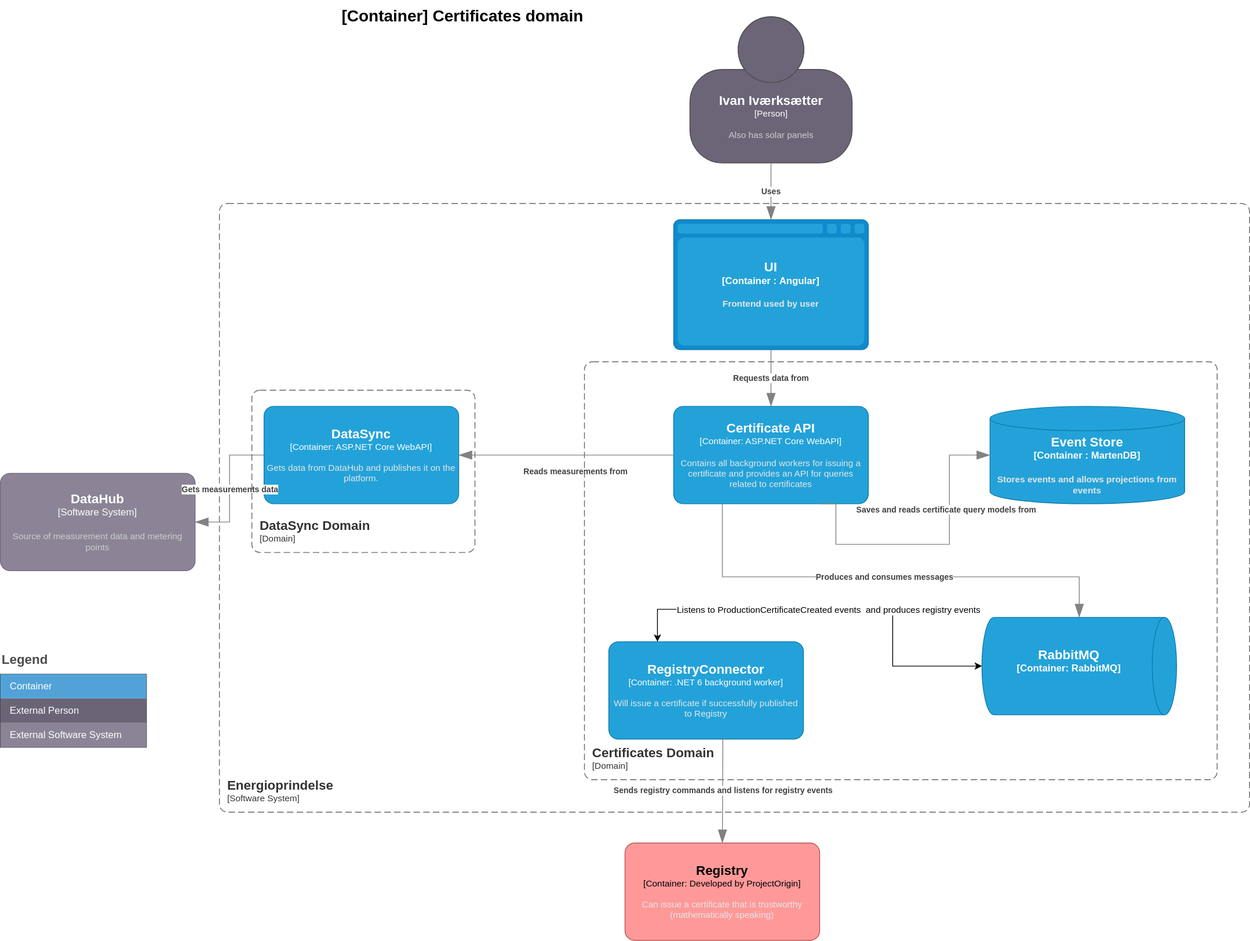
This is doc/architecture/diagrams/certificates.current.container.drawio.svg from Energinet-DataHub/energy-origin, a draw.io export, as it was before one commit. Source tidied: cells renumbered, new cells last; positions are measured from the earlier drawing's top-left corner, leaving out a move shared by most shapes.
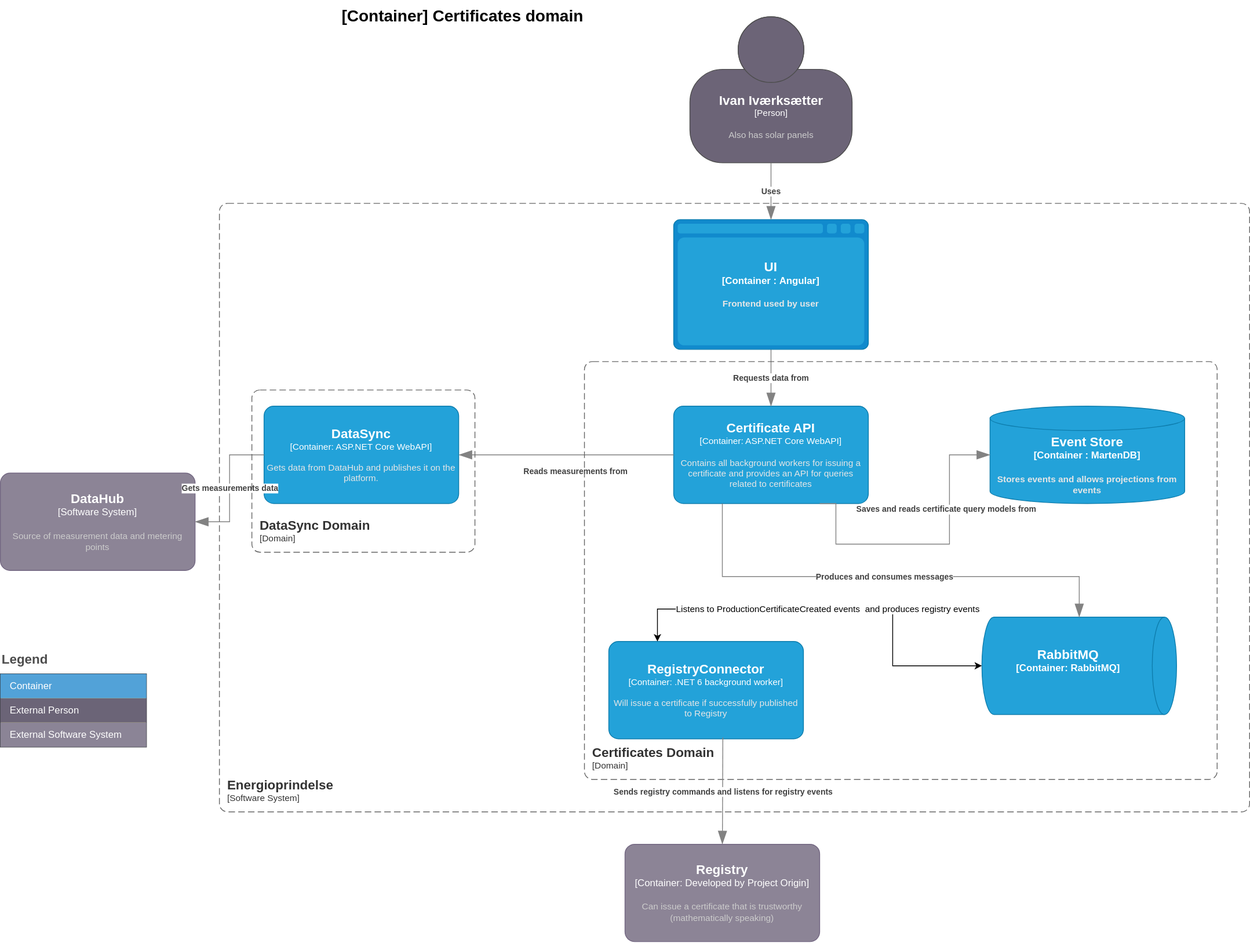
Above is the later version.

Commit message:
changed color of registry

What changed in the source:
```diff
@@ -121,15 +121,10 @@
       </mxCell>
     </object>
     <object id="25" label="&lt;div style=&quot;text-align: left&quot;&gt;&lt;div style=&quot;text-align: center&quot;&gt;&lt;b&gt;%c4Description%&lt;/b&gt;&lt;/div&gt;" c4Description="Sends registry commands and listens for registry events" c4Type="Relationship" placeholders="1">
-      <mxCell style="endArrow=blockThin;html=1;fontSize=10;fontColor=#404040;strokeWidth=1;endFill=1;strokeColor=#828282;elbow=vertical;endSize=14;startSize=14;jumpStyle=arc;jumpSize=16;rounded=0;edgeStyle=orthogonalEdgeStyle;exitX=0.586;exitY=0.987;exitDx=0;exitDy=0;exitPerimeter=0;entryX=0.5;entryY=0;entryDx=0;entryDy=0;entryPerimeter=0;" parent="1" edge="1" source="24" target="26">
+      <mxCell style="endArrow=blockThin;html=1;fontSize=10;fontColor=#404040;strokeWidth=1;endFill=1;strokeColor=#828282;elbow=vertical;endSize=14;startSize=14;jumpStyle=arc;jumpSize=16;rounded=0;edgeStyle=orthogonalEdgeStyle;exitX=0.586;exitY=0.987;exitDx=0;exitDy=0;exitPerimeter=0;entryX=0.5;entryY=0;entryDx=0;entryDy=0;entryPerimeter=0;" parent="1" edge="1" source="24" target="29">
         <mxGeometry relative="1" as="geometry" />
       </mxCell>
     </object>
-    <object id="26" label="&lt;font style=&quot;font-size: 16px&quot;&gt;&lt;b&gt;%c4Name%&lt;/b&gt;&lt;/font&gt;&lt;div&gt;[%c4Type%: %c4Technology%]&lt;/div&gt;&lt;br&gt;&lt;div&gt;&lt;font style=&quot;font-size: 11px&quot;&gt;&lt;font color=&quot;#E6E6E6&quot;&gt;%c4Description%&lt;/font&gt;&lt;/div&gt;" c4Description="Can issue a certificate that is trustworthy (mathematically speaking)" c4Name="Registry" c4Technology="Developed by ProjectOrigin" c4Type="Container" placeholders="1">
-      <mxCell style="rounded=1;whiteSpace=wrap;html=1;fontSize=11;labelBackgroundColor=none;fillColor=#FF9999;align=center;arcSize=10;strokeColor=#b85450;points=[[0.25,0,0],[0.5,0,0],[0.75,0,0],[1,0.25,0],[1,0.5,0],[1,0.75,0],[0.75,1,0],[0.5,1,0],[0.25,1,0],[0,0.75,0],[0,0.5,0],[0,0.25,0]];" parent="1" vertex="1">
-        <mxGeometry x="770" y="1038" width="240" height="120" as="geometry" />
-      </mxCell>
-    </object>
     <mxCell id="27" style="endArrow=classic;startArrow=classic;html=1;rounded=0;exitX=0.25;exitY=0;exitDx=0;exitDy=0;exitPerimeter=0;entryX=0.5;entryY=1;entryDx=0;entryDy=0;entryPerimeter=0;edgeStyle=orthogonalEdgeStyle;" parent="1" edge="1" source="24" target="22">
       <mxGeometry relative="1" as="geometry">
         <Array as="points">
@@ -144,5 +139,10 @@
         <mxPoint x="-39" as="offset" />
       </mxGeometry>
     </mxCell>
+    <object id="29" label="&lt;font style=&quot;font-size: 16px&quot;&gt;&lt;b&gt;%c4Name%&lt;/b&gt;&lt;/font&gt;&lt;div&gt;[%c4Type%]&lt;/div&gt;&lt;br&gt;&lt;div&gt;&lt;font style=&quot;font-size: 11px&quot;&gt;&lt;font color=&quot;#cccccc&quot;&gt;%c4Description%&lt;/font&gt;&lt;/div&gt;" c4Description="Can issue a certificate that is trustworthy (mathematically speaking)" c4Name="Registry" c4Type="Container: Developed by Project Origin" placeholders="1">
+      <mxCell style="rounded=1;whiteSpace=wrap;html=1;labelBackgroundColor=none;fillColor=#8C8496;fontColor=#ffffff;align=center;arcSize=10;strokeColor=#736782;points=[[0.25,0,0],[0.5,0,0],[0.75,0,0],[1,0.25,0],[1,0.5,0],[1,0.75,0],[0.75,1,0],[0.5,1,0],[0.25,1,0],[0,0.75,0],[0,0.5,0],[0,0.25,0]];" parent="1" vertex="1">
+        <mxGeometry x="770" y="1040" width="240" height="120" as="geometry" />
+      </mxCell>
+    </object>
   </root>
 </mxGraphModel>
```
